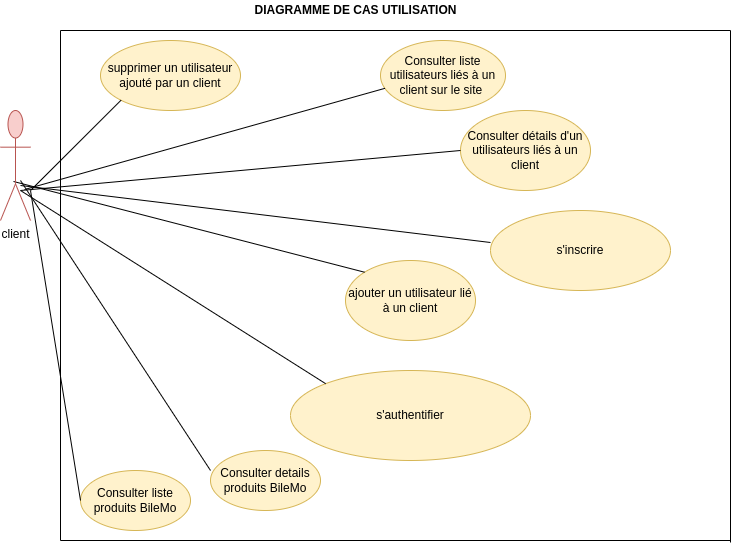
The draw.io diagram Diagrammes/Cas Utilisation.drawio.png in Elhadj75BAH/API-REST, before a commit. Source tidied: cells renumbered, new cells last; positions are measured from the earlier drawing's top-left corner, leaving out a move shared by most shapes.
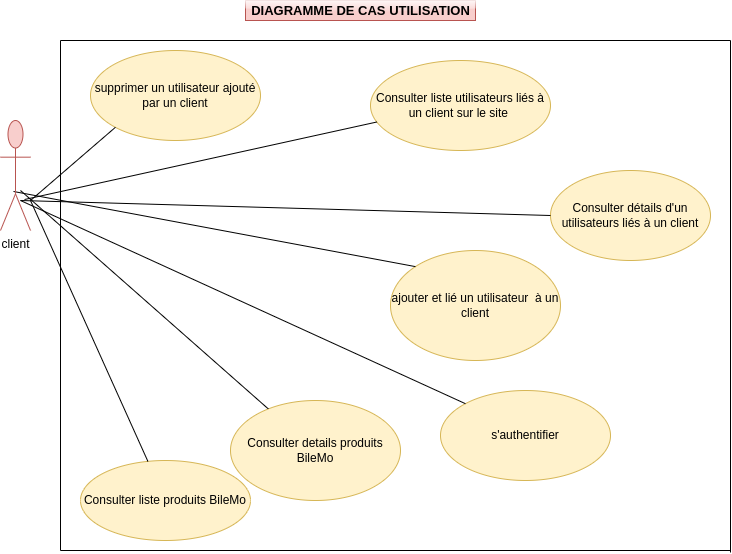
The same diagram one commit later.

Commit message:
diagramme cas d'utilisation

What changed in the source:
```diff
@@ -2,23 +2,15 @@
   <root>
     <mxCell id="0" />
     <mxCell id="1" parent="0" />
-    <mxCell id="2" value="s'inscrire" style="ellipse;whiteSpace=wrap;html=1;fillColor=#fff2cc;strokeColor=#d6b656;" parent="1" vertex="1">
-      <mxGeometry x="490" y="210" width="180" height="80" as="geometry" />
-    </mxCell>
     <mxCell id="3" value="supprimer un utilisateur ajouté par un client" style="ellipse;whiteSpace=wrap;html=1;fillColor=#fff2cc;strokeColor=#d6b656;" parent="1" vertex="1">
-      <mxGeometry x="100" y="40" width="140" height="70" as="geometry" />
+      <mxGeometry x="90" y="40" width="170" height="90" as="geometry" />
     </mxCell>
     <mxCell id="4" value="s'authentifier" style="ellipse;whiteSpace=wrap;html=1;fillColor=#fff2cc;strokeColor=#d6b656;" parent="1" vertex="1">
-      <mxGeometry x="290" y="370" width="240" height="90" as="geometry" />
+      <mxGeometry x="440" y="380" width="170" height="90" as="geometry" />
     </mxCell>
-    <mxCell id="5" value="&lt;b&gt;DIAGRAMME DE CAS UTILISATION&lt;/b&gt;" style="text;html=1;align=center;verticalAlign=middle;strokeColor=none;glass=1;" parent="1" vertex="1">
-      <mxGeometry x="245" width="220" height="20" as="geometry" />
+    <mxCell id="5" value="&lt;b&gt;&lt;font style=&quot;font-size: 13px&quot;&gt;DIAGRAMME DE CAS UTILISATION&lt;/font&gt;&lt;/b&gt;" style="text;html=1;align=center;verticalAlign=middle;strokeColor=#b85450;glass=1;fillColor=#f8cecc;" parent="1" vertex="1">
+      <mxGeometry x="245" y="-10" width="230" height="20" as="geometry" />
     </mxCell>
-    <mxCell id="6" style="endArrow=none;html=1;rounded=0;exitX=0.667;exitY=0.75;exitDx=0;exitDy=0;exitPerimeter=0;entryX=0;entryY=0.4;entryDx=0;entryDy=0;entryPerimeter=0;" parent="1" edge="1" target="2">
-      <mxGeometry relative="1" as="geometry">
-        <mxPoint x="20" y="185" as="sourcePoint" />
-      </mxGeometry>
-    </mxCell>
     <mxCell id="7" style="endArrow=none;html=1;rounded=0;entryX=0;entryY=1;entryDx=0;entryDy=0;" parent="1" edge="1" target="3">
       <mxGeometry relative="1" as="geometry">
         <mxPoint x="30" y="190" as="sourcePoint" />
@@ -48,8 +40,8 @@
         <mxPoint x="730" y="540" as="targetPoint" />
       </mxGeometry>
     </mxCell>
-    <mxCell id="12" value="ajouter un utilisateur lié à un client" style="ellipse;whiteSpace=wrap;html=1;fillColor=#fff2cc;strokeColor=#d6b656;" parent="1" vertex="1">
-      <mxGeometry x="345" y="260" width="130" height="80" as="geometry" />
+    <mxCell id="12" value="ajouter et lié un utilisateur&amp;nbsp; à un client" style="ellipse;whiteSpace=wrap;html=1;fillColor=#fff2cc;strokeColor=#d6b656;" parent="1" vertex="1">
+      <mxGeometry x="390" y="240" width="170" height="110" as="geometry" />
     </mxCell>
     <mxCell id="13" style="endArrow=none;html=1;exitX=0;exitY=0;exitDx=0;exitDy=0;entryX=0.433;entryY=0.683;entryDx=0;entryDy=0;entryPerimeter=0;" parent="1" edge="1" source="12">
       <mxGeometry relative="1" as="geometry">
@@ -57,21 +49,21 @@
       </mxGeometry>
     </mxCell>
     <mxCell id="14" value="Consulter liste produits BileMo" style="ellipse;whiteSpace=wrap;html=1;fillColor=#fff2cc;strokeColor=#d6b656;" parent="1" vertex="1">
-      <mxGeometry x="80" y="470" width="110" height="60" as="geometry" />
+      <mxGeometry x="80" y="450" width="170" height="80" as="geometry" />
     </mxCell>
     <mxCell id="15" value="Consulter details produits BileMo" style="ellipse;whiteSpace=wrap;html=1;fillColor=#fff2cc;strokeColor=#d6b656;" parent="1" vertex="1">
-      <mxGeometry x="210" y="450" width="110" height="60" as="geometry" />
+      <mxGeometry x="230" y="390" width="170" height="100" as="geometry" />
     </mxCell>
     <mxCell id="16" value="Consulter liste utilisateurs liés à un client sur le site&amp;nbsp;" style="ellipse;whiteSpace=wrap;html=1;fillColor=#fff2cc;strokeColor=#d6b656;" parent="1" vertex="1">
-      <mxGeometry x="380" y="40" width="125" height="70" as="geometry" />
+      <mxGeometry x="370" y="50" width="180" height="90" as="geometry" />
     </mxCell>
     <mxCell id="17" value="Consulter détails d'un utilisateurs liés à un client" style="ellipse;whiteSpace=wrap;html=1;fillColor=#fff2cc;strokeColor=#d6b656;" parent="1" vertex="1">
-      <mxGeometry x="460" y="110" width="130" height="80" as="geometry" />
+      <mxGeometry x="550" y="160" width="160" height="90" as="geometry" />
     </mxCell>
     <mxCell id="18" value="client" style="shape=umlActor;verticalLabelPosition=bottom;verticalAlign=top;html=1;fillColor=#f8cecc;strokeColor=#b85450;" parent="1" vertex="1">
       <mxGeometry y="110" width="30" height="110" as="geometry" />
     </mxCell>
-    <mxCell id="19" style="endArrow=none;html=1;rounded=0;entryX=0;entryY=0.5;entryDx=0;entryDy=0;" parent="1" edge="1" target="14">
+    <mxCell id="19" style="endArrow=none;html=1;rounded=0;" parent="1" edge="1" target="14">
       <mxGeometry relative="1" as="geometry">
         <mxPoint x="30" y="190" as="sourcePoint" />
       </mxGeometry>
@@ -81,7 +73,7 @@
         <mxPoint x="24" y="189" as="sourcePoint" />
       </mxGeometry>
     </mxCell>
-    <mxCell id="21" style="endArrow=none;html=1;rounded=0;entryX=0;entryY=0.333;entryDx=0;entryDy=0;entryPerimeter=0;" parent="1" edge="1" target="15">
+    <mxCell id="21" style="endArrow=none;html=1;rounded=0;" parent="1" edge="1" target="15">
       <mxGeometry relative="1" as="geometry">
         <mxPoint x="20" y="180" as="sourcePoint" />
       </mxGeometry>
```
